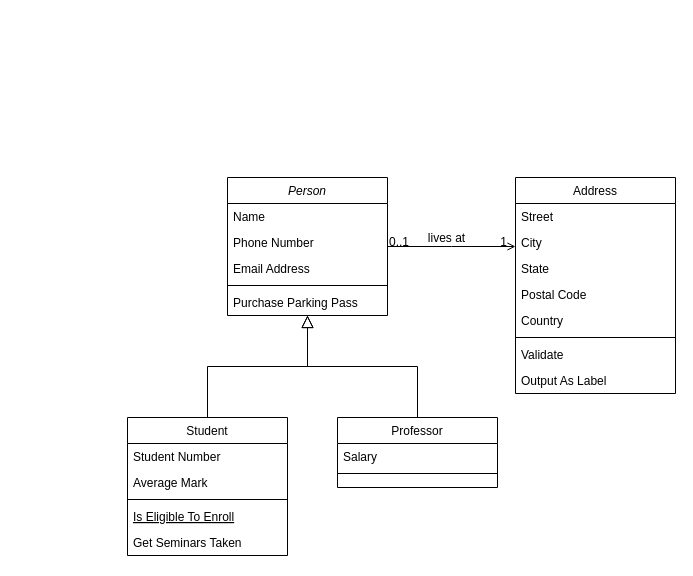
Earlier version of the draw.io diagram testInfo/未命名绘图.drawio (Mr-wangk/test). Source tidied: cells renumbered, new cells numbered last; positions are measured from the earlier drawing's top-left corner, leaving out a move shared by most shapes. Both pictures are drawn from the tidied source at 100%, with x=0, y=0 at pixel (127, 177). Pictures stored in the file or linked from it are replaced by grey dashed boxes.
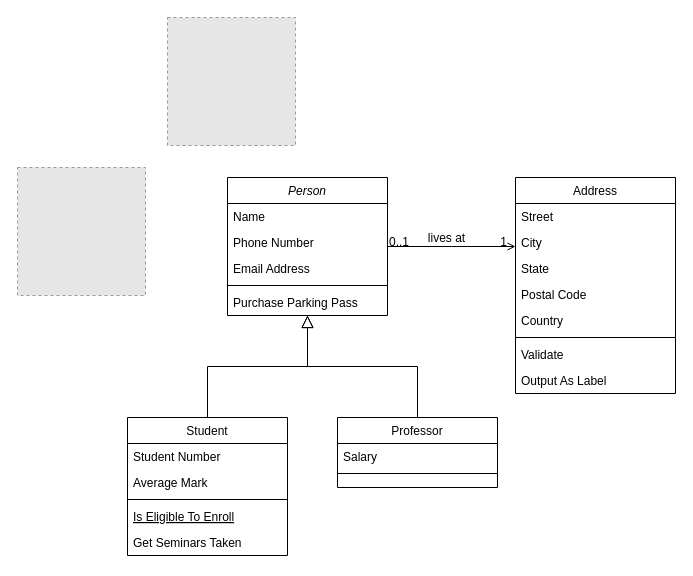
After the change.

What changed in the source:
```diff
@@
+    <mxCell id="32" style="fillColor=#E6E6E6;strokeColor=#999999;dashed=1;verticalLabelPosition=bottom;verticalAlign=top;" parent="1" vertex="1">
+      <mxGeometry x="40" y="-160" width="128" height="128" as="geometry" />
+    </mxCell>
+    <mxCell id="33" style="fillColor=#E6E6E6;strokeColor=#999999;dashed=1;verticalLabelPosition=bottom;verticalAlign=top;" parent="1" vertex="1">
+      <mxGeometry x="-110" y="-10" width="128" height="128" as="geometry" />
+    </mxCell>
```
